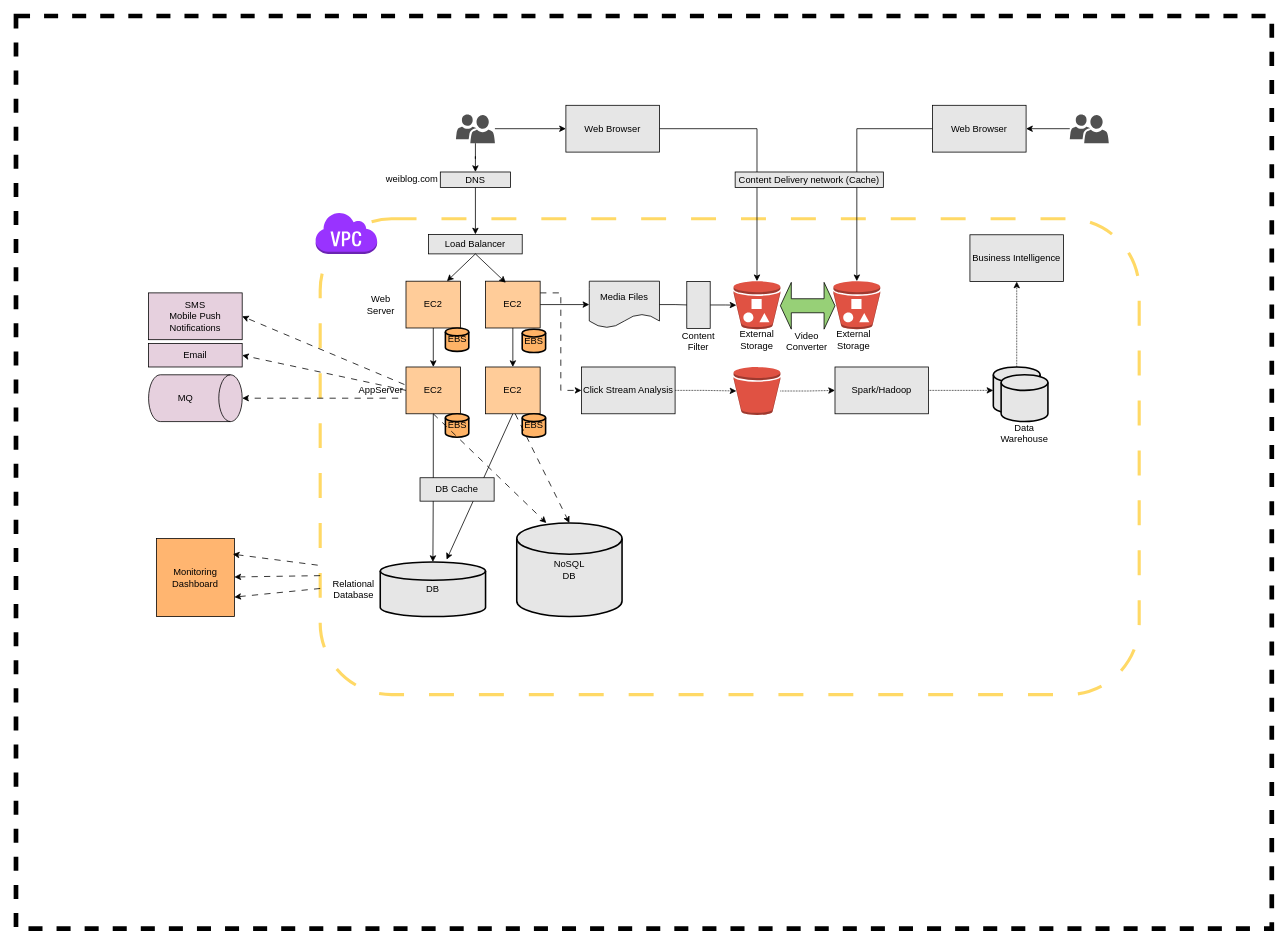
Before: drawio/AWSIntro.drawio in GuilinDev/Notes, a draw.io diagram. Source tidied: cells renumbered, new cells numbered last; positions are measured from the earlier drawing's top-left corner, leaving out a move shared by most shapes. Both pictures are drawn from the tidied source at 78%, with x=0, y=0 at pixel (16, 16).
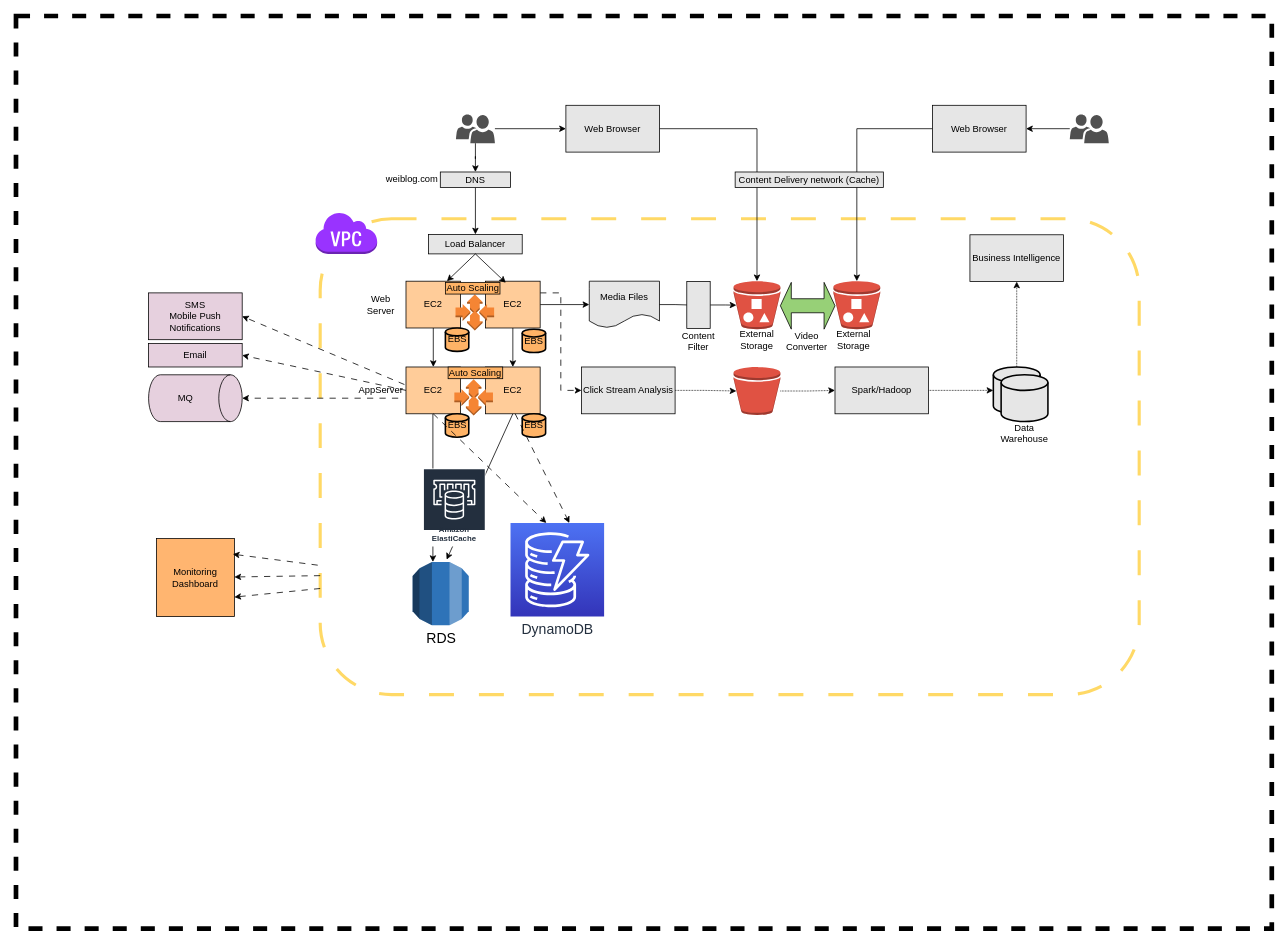
The same diagram, later.

Unchanged cells that the change refers to:
```xml
<mxCell id="12" value="EC2" style="rounded=0;whiteSpace=wrap;html=1;fillColor=#FFCC99;" parent="1" vertex="1">
  <mxGeometry x="500" y="450" width="70" height="60" as="geometry" />
</mxCell>
<mxCell id="17" value="EC2" style="rounded=0;whiteSpace=wrap;html=1;fillColor=#FFCC99;" parent="1" vertex="1">
  <mxGeometry x="602" y="450" width="70" height="60" as="geometry" />
</mxCell>
```

Change to the diagram source:
```diff
@@
-    <mxCell id="11" style="edgeStyle=orthogonalEdgeStyle;rounded=0;jettySize=auto;html=1;" parent="1" edge="1" source="12" target="15">
-      <mxGeometry relative="1" as="geometry" />
+    <mxCell id="11" style="edgeStyle=orthogonalEdgeStyle;rounded=0;jettySize=auto;html=1;" parent="1" edge="1" source="12">
+      <mxGeometry relative="1" as="geometry">
+        <mxPoint x="534.5" y="700" as="targetPoint" />
+      </mxGeometry>
     </mxCell>
@@
-    <mxCell id="15" value="DB" style="strokeWidth=2;html=1;shape=mxgraph.flowchart.database;whiteSpace=wrap;fillColor=#E6E6E6;" parent="1" vertex="1">
-      <mxGeometry x="467" y="700" width="135" height="70" as="geometry" />
-    </mxCell>
-    <mxCell id="16" value="Relational Database" style="text;html=1;strokeColor=none;fillColor=none;align=center;verticalAlign=middle;whiteSpace=wrap;rounded=0;dashed=1;" parent="1" vertex="1">
-      <mxGeometry x="403" y="720" width="60" height="30" as="geometry" />
-    </mxCell>
@@
-    <mxCell id="25" style="endArrow=classic;html=1;rounded=0;entryX=0.63;entryY=-0.043;entryDx=0;entryDy=0;entryPerimeter=0;exitX=0.5;exitY=1;exitDx=0;exitDy=0;" parent="1" edge="1" source="17" target="15">
-      <mxGeometry relative="1" as="geometry" />
+    <mxCell id="25" style="endArrow=classic;html=1;rounded=0;entryX=0.63;entryY=-0.043;entryDx=0;entryDy=0;entryPerimeter=0;exitX=0.5;exitY=1;exitDx=0;exitDy=0;" parent="1" edge="1" source="17">
+      <mxGeometry relative="1" as="geometry">
+        <mxPoint x="552.1" y="697" as="targetPoint" />
+      </mxGeometry>
     </mxCell>
@@
-    <mxCell id="31" value="NoSQL&lt;br&gt;DB" style="strokeWidth=2;html=1;shape=mxgraph.flowchart.database;whiteSpace=wrap;fillColor=#E6E6E6;" parent="1" vertex="1">
-      <mxGeometry x="642" y="650" width="135" height="120" as="geometry" />
-    </mxCell>
-    <mxCell id="32" style="endArrow=classic;html=1;rounded=0;exitX=0.5;exitY=1;exitDx=0;exitDy=0;entryX=0.281;entryY=0;entryDx=0;entryDy=0;entryPerimeter=0;dashed=1;dashPattern=8 8;" parent="1" edge="1" source="12" target="31">
-      <mxGeometry relative="1" as="geometry" />
+    <mxCell id="32" style="endArrow=classic;html=1;rounded=0;exitX=0.5;exitY=1;exitDx=0;exitDy=0;entryX=0.281;entryY=0;entryDx=0;entryDy=0;entryPerimeter=0;dashed=1;dashPattern=8 8;" parent="1" edge="1" source="12">
+      <mxGeometry relative="1" as="geometry">
+        <mxPoint x="679.9" y="650" as="targetPoint" />
+      </mxGeometry>
     </mxCell>
-    <mxCell id="33" style="endArrow=classic;html=1;rounded=0;entryX=0.5;entryY=0;entryDx=0;entryDy=0;entryPerimeter=0;dashed=1;dashPattern=8 8;" parent="1" edge="1" target="31">
+    <mxCell id="33" style="endArrow=classic;html=1;rounded=0;entryX=0.5;entryY=0;entryDx=0;entryDy=0;entryPerimeter=0;dashed=1;dashPattern=8 8;" parent="1" edge="1">
       <mxGeometry relative="1" as="geometry">
         <mxPoint x="640" y="510" as="sourcePoint" />
+        <mxPoint x="709.5" y="650" as="targetPoint" />
       </mxGeometry>
     </mxCell>
-    <mxCell id="34" value="DB Cache" style="rounded=0;whiteSpace=wrap;html=1;fillColor=#E6E6E6;" parent="1" vertex="1">
-      <mxGeometry x="518" y="592" width="95" height="30" as="geometry" />
-    </mxCell>
@@
+    <mxCell id="75" style="dashed=0;verticalLabelPosition=bottom;verticalAlign=top;align=center;html=1;shape=mxgraph.aws3.auto_scaling;fillColor=#F58534;gradientColor=none;dashPattern=8 8;strokeColor=#FFD966;strokeWidth=4;fontSize=18;" parent="1" vertex="1">
+      <mxGeometry x="563.5" y="356.8" width="49.5" height="46.5" as="geometry" />
+    </mxCell>
+    <mxCell id="76" style="dashed=0;verticalLabelPosition=bottom;verticalAlign=top;align=center;html=1;shape=mxgraph.aws3.auto_scaling;fillColor=#F58534;gradientColor=none;dashPattern=8 8;strokeColor=#FFD966;strokeWidth=4;fontSize=18;" parent="1" vertex="1">
+      <mxGeometry x="562" y="465.8" width="49.5" height="46.5" as="geometry" />
+    </mxCell>
+    <mxCell id="77" value="Auto Scaling" style="rounded=0;whiteSpace=wrap;html=1;fillColor=#FFB366;" parent="1" vertex="1">
+      <mxGeometry x="554" y="450" width="70" height="15" as="geometry" />
+    </mxCell>
+    <mxCell id="78" value="Auto Scaling" style="rounded=0;whiteSpace=wrap;html=1;fillColor=#FFB366;" parent="1" vertex="1">
+      <mxGeometry x="550.5" y="341.5" width="70" height="15" as="geometry" />
+    </mxCell>
+    <mxCell id="79" value="RDS" style="dashed=0;verticalLabelPosition=bottom;verticalAlign=top;align=center;html=1;shape=mxgraph.aws3.rds;fillColor=#2E73B8;gradientColor=none;dashPattern=8 8;strokeColor=#FFD966;strokeWidth=4;fontSize=18;" parent="1" vertex="1">
+      <mxGeometry x="508.5" y="700" width="72" height="81" as="geometry" />
+    </mxCell>
+    <mxCell id="80" value="&lt;font style=&quot;font-size: 18px;&quot;&gt;DynamoDB&lt;/font&gt;" style="sketch=0;fontColor=#232F3E;gradientColor=#4D72F3;gradientDirection=north;fillColor=#3334B9;strokeColor=#ffffff;dashed=0;verticalLabelPosition=bottom;verticalAlign=top;align=center;html=1;fontSize=12;fontStyle=0;shape=mxgraph.aws4.resourceIcon;resIcon=mxgraph.aws4.dynamodb;dashPattern=8 8;strokeWidth=4;" parent="1" vertex="1">
+      <mxGeometry x="634" y="650" width="120" height="120" as="geometry" />
+    </mxCell>
+    <mxCell id="81" value="Amazon ElastiCache" style="sketch=0;fontColor=#232F3E;gradientColor=none;strokeColor=#ffffff;fillColor=#232F3E;dashed=0;verticalLabelPosition=middle;verticalAlign=bottom;align=center;html=1;whiteSpace=wrap;fontSize=10;fontStyle=1;spacing=3;shape=mxgraph.aws4.productIcon;prIcon=mxgraph.aws4.elasticache;dashPattern=8 8;strokeWidth=4;" parent="1" vertex="1">
+      <mxGeometry x="522" y="580" width="80" height="100" as="geometry" />
+    </mxCell>
```
